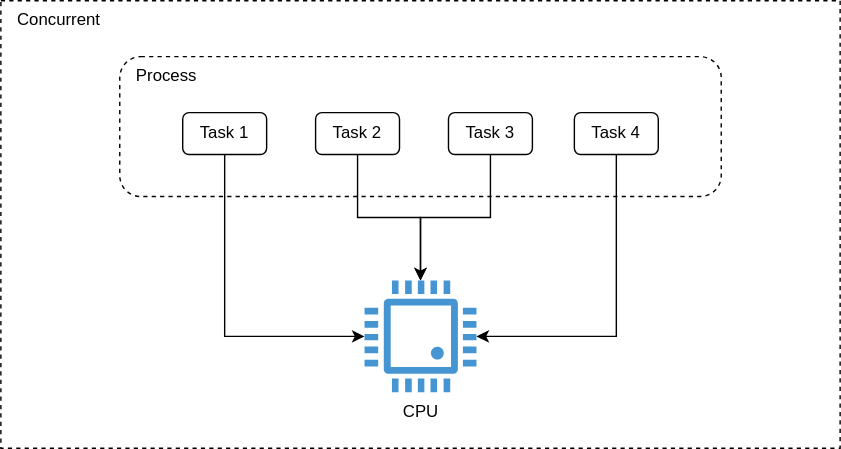
GabrielSlima/blog keeps this draw.io diagram as images/clean-concurrent-code/concurrency-concurrent.svg. Above is the earlier version. Source tidied: cells renumbered, new cells last; positions are measured from the earlier drawing's top-left corner, leaving out a move shared by most shapes.
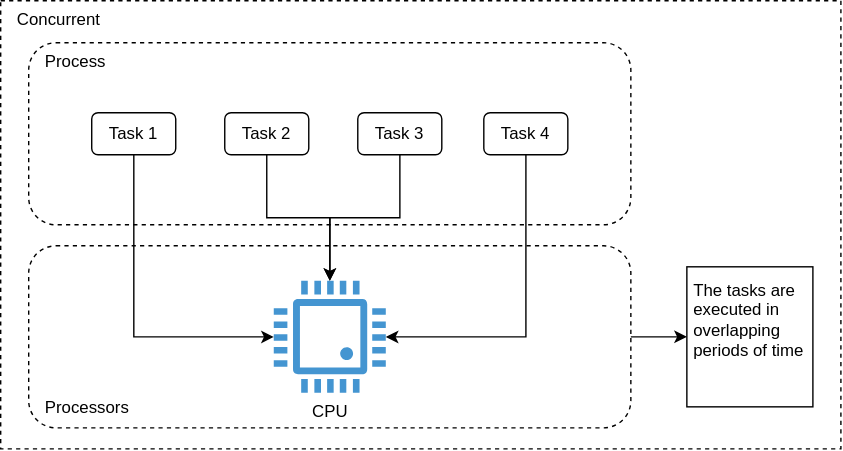
After the change.

Commit message:
Add concurrent programming part 1

Diff of the diagram source:
```diff
@@ -3,10 +3,10 @@
     <mxCell id="0" />
     <mxCell id="1" parent="0" />
     <mxCell id="2" value="Concurrent" style="rounded=0;whiteSpace=wrap;html=1;fillColor=none;align=left;verticalAlign=top;dashed=1;spacingLeft=10;" parent="1" vertex="1">
-      <mxGeometry width="600" height="320" as="geometry" />
+      <mxGeometry x="65" width="600" height="320" as="geometry" />
     </mxCell>
     <mxCell id="3" value="Process" style="rounded=1;whiteSpace=wrap;html=1;align=left;verticalAlign=top;spacingLeft=10;fillColor=none;dashed=1;" parent="1" vertex="1">
-      <mxGeometry x="85" y="40" width="430" height="100" as="geometry" />
+      <mxGeometry x="85" y="30" width="430" height="130" as="geometry" />
     </mxCell>
     <mxCell id="4" value="&lt;div&gt;CPU&lt;/div&gt;" style="shadow=0;dashed=0;html=1;strokeColor=none;fillColor=#4495D1;labelPosition=center;verticalLabelPosition=bottom;verticalAlign=top;align=center;outlineConnect=0;shape=mxgraph.veeam.cpu;" parent="1" vertex="1">
       <mxGeometry x="260" y="200" width="80" height="80" as="geometry" />
@@ -43,5 +43,14 @@
     <mxCell id="12" value="Task 4" style="rounded=1;whiteSpace=wrap;html=1;" parent="1" vertex="1">
       <mxGeometry x="410" y="80" width="60" height="30" as="geometry" />
     </mxCell>
+    <mxCell id="13" style="edgeStyle=orthogonalEdgeStyle;rounded=0;jettySize=auto;html=1;" parent="1" edge="1" source="14" target="15">
+      <mxGeometry relative="1" as="geometry" />
+    </mxCell>
+    <mxCell id="14" value="Processors" style="rounded=1;whiteSpace=wrap;html=1;align=left;verticalAlign=bottom;spacingLeft=10;fillColor=none;dashed=1;spacingBottom=5;" parent="1" vertex="1">
+      <mxGeometry x="85" y="175" width="430" height="130" as="geometry" />
+    </mxCell>
+    <mxCell id="15" value="The tasks are executed in overlapping periods of time" style="rounded=0;whiteSpace=wrap;html=1;fillColor=none;align=left;verticalAlign=top;spacing=5;" parent="1" vertex="1">
+      <mxGeometry x="555" y="190" width="90" height="100" as="geometry" />
+    </mxCell>
   </root>
 </mxGraphModel>
```
